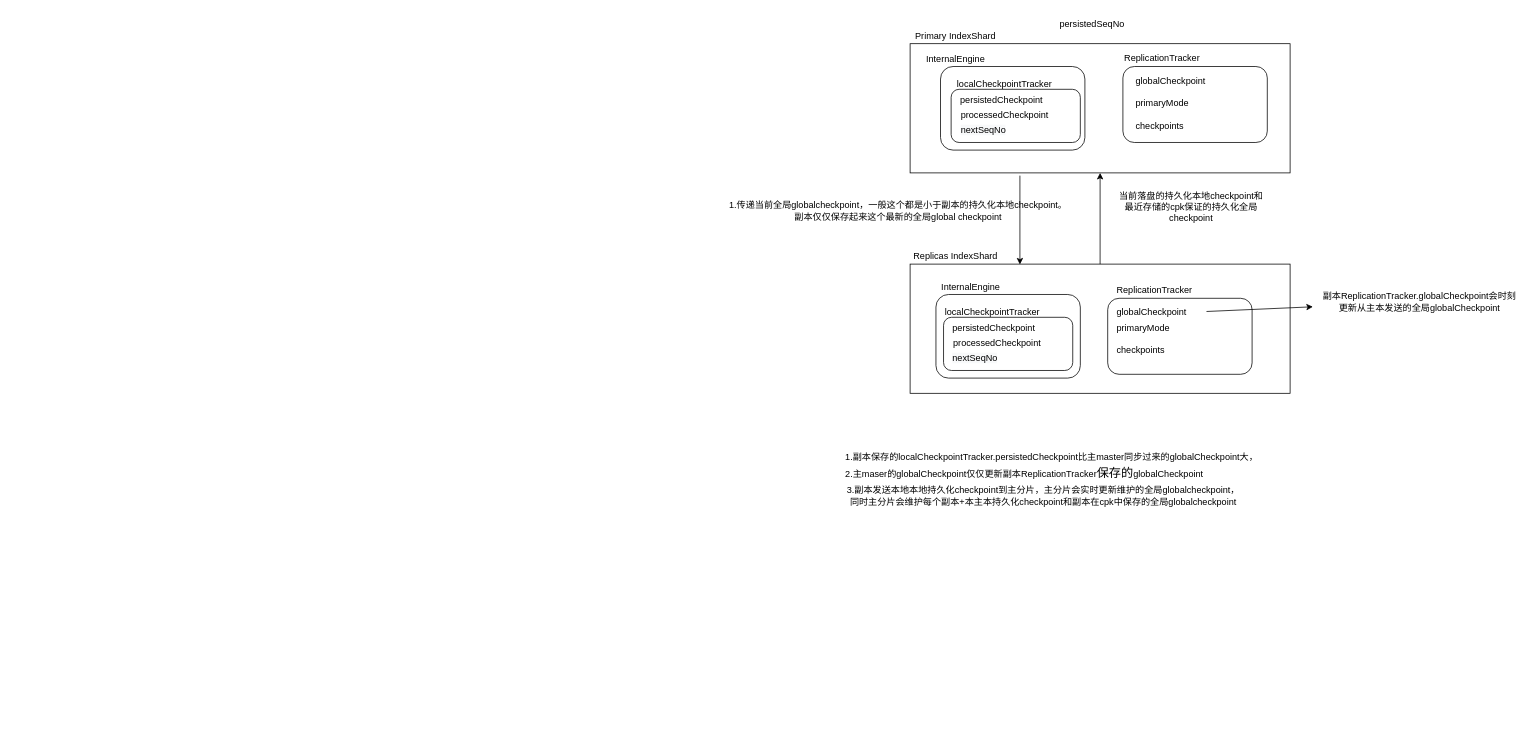
The draw.io diagram 图片xml/es_checkpoint.drawio in kkewwei/elasticsearch_learning, before the edit. Source tidied: cells renumbered, new cells numbered last; positions are measured from the earlier drawing's top-left corner, leaving out a move shared by most shapes. Both pictures are drawn from the tidied source at 76%, with x=0, y=0 at pixel (719, 13).
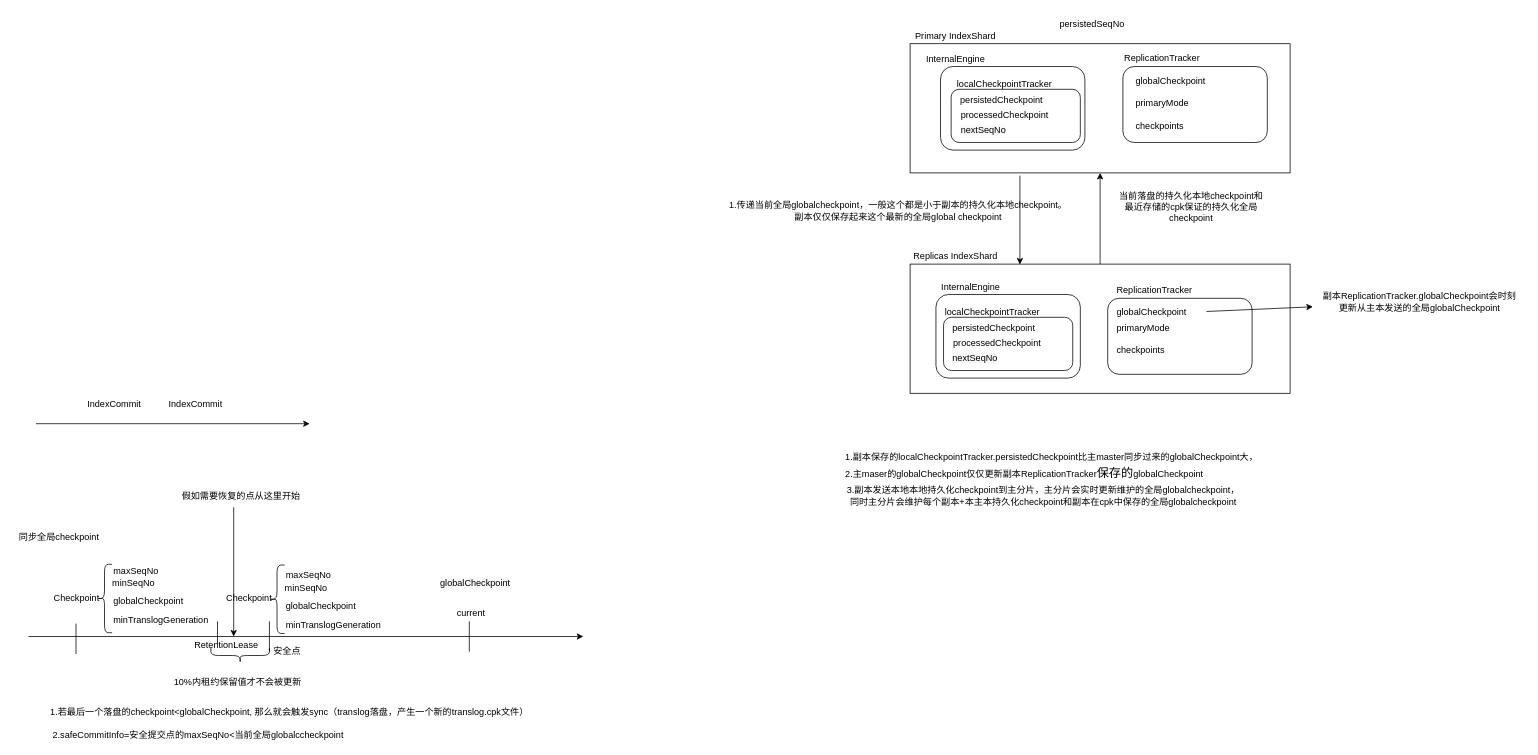
The same diagram, later.

Diff of the diagram source:
```diff
@@
+    <mxCell id="40" style="endArrow=classic;html=1;rounded=0;" parent="1" edge="1">
+      <mxGeometry relative="1" as="geometry">
+        <mxPoint x="-899" y="540" as="sourcePoint" />
+        <mxPoint x="-539" y="540" as="targetPoint" />
+      </mxGeometry>
+    </mxCell>
+    <mxCell id="41" value="IndexCommit" style="text;html=1;strokeColor=none;fillColor=none;align=center;verticalAlign=middle;whiteSpace=wrap;rounded=0;" parent="1" vertex="1">
+      <mxGeometry x="-826" y="500" width="60" height="30" as="geometry" />
+    </mxCell>
+    <mxCell id="42" value="IndexCommit" style="text;html=1;strokeColor=none;fillColor=none;align=center;verticalAlign=middle;whiteSpace=wrap;rounded=0;" parent="1" vertex="1">
+      <mxGeometry x="-719" y="500" width="60" height="30" as="geometry" />
+    </mxCell>
+    <mxCell id="43" style="endArrow=classic;html=1;rounded=0;" parent="1" edge="1">
+      <mxGeometry relative="1" as="geometry">
+        <mxPoint x="-909" y="820" as="sourcePoint" />
+        <mxPoint x="-179" y="820" as="targetPoint" />
+      </mxGeometry>
+    </mxCell>
+    <mxCell id="44" value="Checkpoint" style="text;html=1;align=center;verticalAlign=middle;strokeColor=none;fillColor=none;" parent="1" vertex="1">
+      <mxGeometry x="-886" y="760" width="80" height="20" as="geometry" />
+    </mxCell>
+    <mxCell id="45" style="shape=curlyBracket;whiteSpace=wrap;html=1;rounded=1;" parent="1" vertex="1">
+      <mxGeometry x="-819" y="725" width="20" height="90" as="geometry" />
+    </mxCell>
+    <mxCell id="46" value="globalCheckpoint" style="text;whiteSpace=wrap;html=1;" parent="1" vertex="1">
+      <mxGeometry x="-799" y="760" width="80" height="25" as="geometry" />
+    </mxCell>
+    <mxCell id="47" value="minSeqNo" style="text;html=1;align=center;verticalAlign=middle;strokeColor=none;fillColor=none;" parent="1" vertex="1">
+      <mxGeometry x="-806" y="740" width="70" height="20" as="geometry" />
+    </mxCell>
+    <mxCell id="48" value="maxSeqNo" style="text;whiteSpace=wrap;html=1;" parent="1" vertex="1">
+      <mxGeometry x="-799" y="720" width="80" height="30" as="geometry" />
+    </mxCell>
+    <mxCell id="49" value="&lt;div style=&quot;text-align: left;&quot;&gt;&lt;span style=&quot;background-color: initial;&quot;&gt;1.若最后一个落盘的checkpoint&amp;lt;&lt;/span&gt;&lt;span style=&quot;background-color: initial; text-align: left;&quot;&gt;globalCheckpoint, 那么就会触发&lt;/span&gt;&lt;span style=&quot;background-color: initial;&quot;&gt;sync（translog落盘，产生一个新的translog.cpk文件）&lt;/span&gt;&lt;/div&gt;" style="text;html=1;align=center;verticalAlign=middle;strokeColor=none;fillColor=none;" parent="1" vertex="1">
+      <mxGeometry x="-886" y="910" width="640" height="20" as="geometry" />
+    </mxCell>
+    <mxCell id="50" value="同步全局checkpoint" style="text;html=1;align=center;verticalAlign=middle;strokeColor=none;fillColor=none;" parent="1" vertex="1">
+      <mxGeometry x="-929" y="680" width="120" height="20" as="geometry" />
+    </mxCell>
+    <mxCell id="51" value="minTranslogGeneration" style="text;whiteSpace=wrap;html=1;" parent="1" vertex="1">
+      <mxGeometry x="-799" y="785" width="150" height="30" as="geometry" />
+    </mxCell>
+    <mxCell id="52" value="Checkpoint" style="text;html=1;align=center;verticalAlign=middle;strokeColor=none;fillColor=none;" parent="1" vertex="1">
+      <mxGeometry x="-659" y="760" width="80" height="20" as="geometry" />
+    </mxCell>
+    <mxCell id="53" value="globalCheckpoint" style="text;whiteSpace=wrap;html=1;" parent="1" vertex="1">
+      <mxGeometry x="-572" y="766" width="80" height="25" as="geometry" />
+    </mxCell>
+    <mxCell id="54" value="minSeqNo" style="text;html=1;align=center;verticalAlign=middle;strokeColor=none;fillColor=none;" parent="1" vertex="1">
+      <mxGeometry x="-579" y="746" width="70" height="20" as="geometry" />
+    </mxCell>
+    <mxCell id="55" value="maxSeqNo" style="text;whiteSpace=wrap;html=1;" parent="1" vertex="1">
+      <mxGeometry x="-572" y="726" width="80" height="30" as="geometry" />
+    </mxCell>
+    <mxCell id="56" value="minTranslogGeneration" style="text;whiteSpace=wrap;html=1;" parent="1" vertex="1">
+      <mxGeometry x="-572" y="791" width="150" height="30" as="geometry" />
+    </mxCell>
+    <mxCell id="57" value="2.safeCommitInfo=安全提交点的maxSeqNo&amp;lt;当前全局globalccheckpoint" style="text;html=1;align=center;verticalAlign=middle;strokeColor=none;fillColor=none;" parent="1" vertex="1">
+      <mxGeometry x="-886" y="940" width="400" height="20" as="geometry" />
+    </mxCell>
+    <mxCell id="58" style="shape=curlyBracket;whiteSpace=wrap;html=1;rounded=1;" parent="1" vertex="1">
+      <mxGeometry x="-592" y="726" width="20" height="90" as="geometry" />
+    </mxCell>
+    <mxCell id="59" value="&lt;span style=&quot;color: rgb(0, 0, 0); font-family: Helvetica; font-size: 12px; font-style: normal; font-variant-ligatures: normal; font-variant-caps: normal; font-weight: 400; letter-spacing: normal; orphans: 2; text-align: left; text-indent: 0px; text-transform: none; widows: 2; word-spacing: 0px; -webkit-text-stroke-width: 0px; background-color: rgb(248, 249, 250); text-decoration-thickness: initial; text-decoration-style: initial; text-decoration-color: initial; float: none; display: inline !important;&quot;&gt;globalCheckpoint&lt;/span&gt;" style="text;whiteSpace=wrap;html=1;" parent="1" vertex="1">
+      <mxGeometry x="-369" y="736" width="120" height="30" as="geometry" />
+    </mxCell>
+    <mxCell id="60" style="endArrow=none;html=1;rounded=0;" parent="1" edge="1">
+      <mxGeometry relative="1" as="geometry">
+        <mxPoint x="-329" y="840" as="sourcePoint" />
+        <mxPoint x="-329" y="800" as="targetPoint" />
+      </mxGeometry>
+    </mxCell>
+    <mxCell id="61" value="current" style="text;html=1;align=center;verticalAlign=middle;strokeColor=none;fillColor=none;" parent="1" vertex="1">
+      <mxGeometry x="-352" y="780" width="50" height="20" as="geometry" />
+    </mxCell>
+    <mxCell id="62" style="shape=curlyBracket;whiteSpace=wrap;html=1;rounded=1;direction=north;" parent="1" vertex="1">
+      <mxGeometry x="-669" y="835" width="77" height="20" as="geometry" />
+    </mxCell>
+    <mxCell id="63" style="endArrow=none;html=1;rounded=0;" parent="1" edge="1">
+      <mxGeometry relative="1" as="geometry">
+        <mxPoint x="-592" y="840" as="sourcePoint" />
+        <mxPoint x="-592" y="800" as="targetPoint" />
+      </mxGeometry>
+    </mxCell>
+    <mxCell id="64" style="endArrow=none;html=1;rounded=0;" parent="1" edge="1">
+      <mxGeometry relative="1" as="geometry">
+        <mxPoint x="-846.5" y="843" as="sourcePoint" />
+        <mxPoint x="-846.5" y="803" as="targetPoint" />
+      </mxGeometry>
+    </mxCell>
+    <mxCell id="65" value="10%内租约保留值才不会被更新" style="text;html=1;align=center;verticalAlign=middle;strokeColor=none;fillColor=none;" parent="1" vertex="1">
+      <mxGeometry x="-724" y="870" width="180" height="20" as="geometry" />
+    </mxCell>
+    <mxCell id="66" value="安全点" style="text;html=1;align=center;verticalAlign=middle;strokeColor=none;fillColor=none;" parent="1" vertex="1">
+      <mxGeometry x="-594" y="830" width="50" height="20" as="geometry" />
+    </mxCell>
+    <mxCell id="67" value="RetentionLease" style="text;html=1;align=center;verticalAlign=middle;strokeColor=none;fillColor=none;" parent="1" vertex="1">
+      <mxGeometry x="-699" y="821" width="100" height="20" as="geometry" />
+    </mxCell>
+    <mxCell id="68" style="endArrow=none;html=1;rounded=0;" parent="1" edge="1">
+      <mxGeometry relative="1" as="geometry">
+        <mxPoint x="-660.3" y="830" as="sourcePoint" />
+        <mxPoint x="-660.3" y="800" as="targetPoint" />
+      </mxGeometry>
+    </mxCell>
+    <mxCell id="69" style="endArrow=classic;html=1;rounded=0;" parent="1" edge="1">
+      <mxGeometry relative="1" as="geometry">
+        <mxPoint x="-639" y="650" as="sourcePoint" />
+        <mxPoint x="-639" y="820" as="targetPoint" />
+      </mxGeometry>
+    </mxCell>
+    <mxCell id="70" value="假如需要恢复的点从这里开始" style="text;html=1;strokeColor=none;fillColor=none;align=center;verticalAlign=middle;whiteSpace=wrap;rounded=0;" parent="1" vertex="1">
+      <mxGeometry x="-714" y="620" width="170" height="30" as="geometry" />
+    </mxCell>
```
